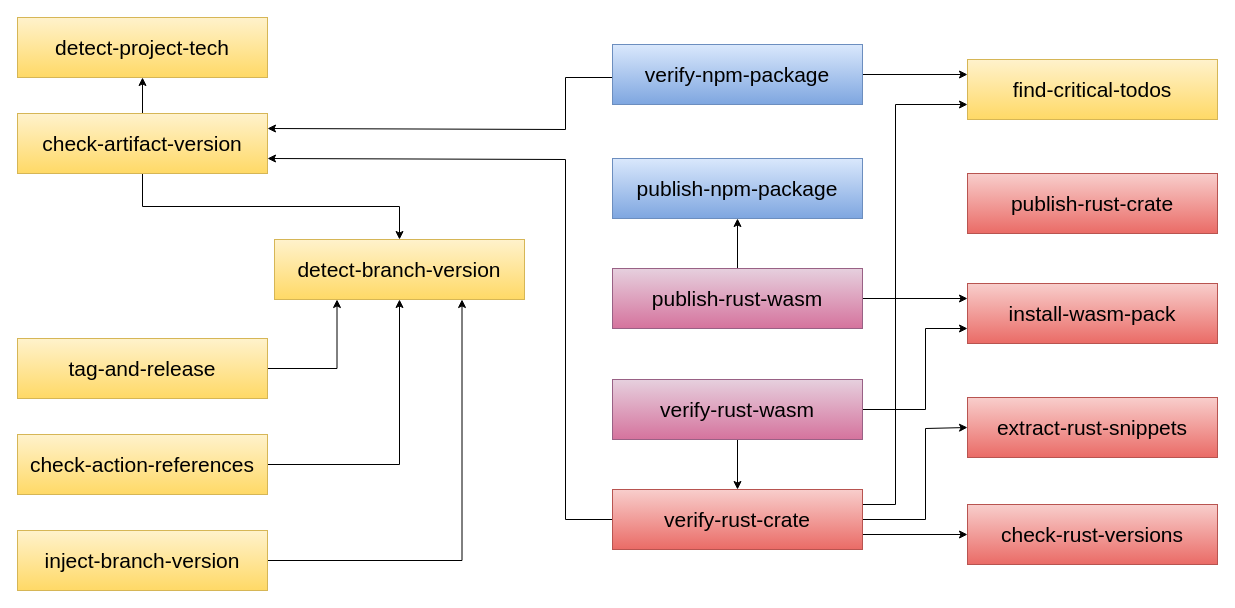
This is docs/schema.drawio from giancosta86/aurora-github, a draw.io file, before an edit. Source tidied: cells renumbered, new cells numbered last; positions are measured from the earlier drawing's top-left corner, leaving out a move shared by most shapes. Both pictures are drawn from the tidied source at 100%, with x=0, y=0 at pixel (17, 17).
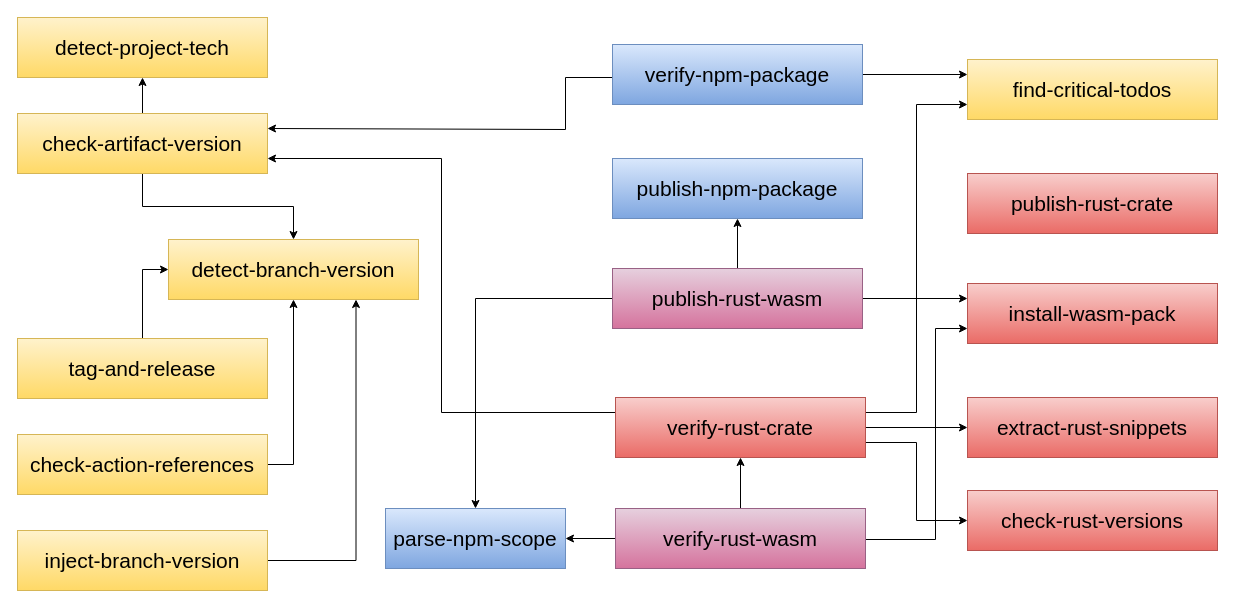
Above is the later version.

Commit message (it also covers changes not shown here):
Introduce parse-npm-scope (closes #9)

The change refers to these unchanged cells:
```xml
<mxCell id="3" value="&lt;font color=&quot;#000000&quot; style=&quot;font-size: 21px;&quot;&gt;install-wasm-pack&lt;/font&gt;" style="rounded=0;whiteSpace=wrap;html=1;fillColor=#f8cecc;gradientColor=#ea6b66;strokeColor=#b85450;fontSize=21;" parent="1" vertex="1">
  <mxGeometry x="950" y="266" width="250" height="60" as="geometry" />
</mxCell>
<mxCell id="8" value="&lt;font color=&quot;#000000&quot; style=&quot;font-size: 21px;&quot;&gt;check-artifact-version&lt;/font&gt;" style="rounded=0;whiteSpace=wrap;html=1;fillColor=#fff2cc;gradientColor=#ffd966;strokeColor=#d6b656;fontSize=21;" parent="1" vertex="1">
  <mxGeometry y="96" width="250" height="60" as="geometry" />
</mxCell>
<mxCell id="10" value="&lt;font color=&quot;#000000&quot; style=&quot;font-size: 21px;&quot;&gt;tag-and-release&lt;/font&gt;" style="rounded=0;whiteSpace=wrap;html=1;fillColor=#fff2cc;gradientColor=#ffd966;strokeColor=#d6b656;fontSize=21;" parent="1" vertex="1">
  <mxGeometry y="321" width="250" height="60" as="geometry" />
</mxCell>
<mxCell id="25" value="&lt;font color=&quot;#000000&quot; style=&quot;font-size: 21px;&quot;&gt;check-action-references&lt;/font&gt;" style="rounded=0;whiteSpace=wrap;html=1;fillColor=#fff2cc;strokeColor=#d6b656;fontSize=21;gradientColor=#ffd966;" parent="1" vertex="1">
  <mxGeometry y="417" width="250" height="60" as="geometry" />
</mxCell>
<mxCell id="28" value="&lt;font color=&quot;#000000&quot; style=&quot;font-size: 21px;&quot;&gt;publish-rust-wasm&lt;/font&gt;" style="rounded=0;whiteSpace=wrap;html=1;fillColor=#e6d0de;strokeColor=#996185;gradientColor=#d5739d;fontSize=21;" parent="1" vertex="1">
  <mxGeometry x="595" y="251" width="250" height="60" as="geometry" />
</mxCell>
<mxCell id="31" value="&lt;font color=&quot;#000000&quot; style=&quot;font-size: 21px;&quot;&gt;find-critical-todos&lt;/font&gt;" style="rounded=0;whiteSpace=wrap;html=1;fillColor=#fff2cc;gradientColor=#ffd966;strokeColor=#d6b656;fontSize=21;" parent="1" vertex="1">
  <mxGeometry x="950" y="42" width="250" height="60" as="geometry" />
</mxCell>
<mxCell id="32" value="&lt;font color=&quot;#000000&quot; style=&quot;font-size: 21px;&quot;&gt;extract-rust-snippets&lt;/font&gt;" style="rounded=0;whiteSpace=wrap;html=1;fillColor=#f8cecc;gradientColor=#ea6b66;strokeColor=#b85450;fontSize=21;" parent="1" vertex="1">
  <mxGeometry x="950" y="380" width="250" height="60" as="geometry" />
</mxCell>
```

Diff of the diagram source:
```diff
@@
     <mxCell id="4" value="&lt;font color=&quot;#000000&quot; style=&quot;font-size: 21px;&quot;&gt;check-rust-versions&lt;/font&gt;" style="rounded=0;whiteSpace=wrap;html=1;fillColor=#f8cecc;gradientColor=#ea6b66;strokeColor=#b85450;fontSize=21;" parent="1" vertex="1">
-      <mxGeometry x="950" y="487" width="250" height="60" as="geometry" />
+      <mxGeometry x="950" y="473" width="250" height="60" as="geometry" />
     </mxCell>
     <mxCell id="5" value="&lt;font color=&quot;#000000&quot; style=&quot;font-size: 21px;&quot;&gt;detect-branch-version&lt;/font&gt;" style="rounded=0;whiteSpace=wrap;html=1;fillColor=#fff2cc;gradientColor=#ffd966;strokeColor=#d6b656;fontSize=21;" parent="1" vertex="1">
-      <mxGeometry x="257" y="222" width="250" height="60" as="geometry" />
+      <mxGeometry x="151" y="222" width="250" height="60" as="geometry" />
     </mxCell>
@@
-    <mxCell id="9" style="edgeStyle=orthogonalEdgeStyle;rounded=0;jettySize=auto;html=1;entryX=0.25;entryY=1;entryDx=0;entryDy=0;" parent="1" edge="1" source="10" target="5">
+    <mxCell id="9" style="edgeStyle=orthogonalEdgeStyle;rounded=0;jettySize=auto;html=1;exitX=0.5;exitY=0;exitDx=0;exitDy=0;entryX=0;entryY=0.5;entryDx=0;entryDy=0;" parent="1" edge="1" source="10" target="5">
       <mxGeometry relative="1" as="geometry" />
     </mxCell>
@@
-    <mxCell id="11" style="edgeStyle=orthogonalEdgeStyle;rounded=0;jettySize=auto;html=1;entryX=1;entryY=0.75;entryDx=0;entryDy=0;fontSize=17;" parent="1" edge="1" source="15" target="8">
-      <mxGeometry relative="1" as="geometry">
-        <Array as="points">
-          <mxPoint x="548" y="502" />
-          <mxPoint x="548" y="142" />
-        </Array>
-      </mxGeometry>
+    <mxCell id="11" style="edgeStyle=orthogonalEdgeStyle;rounded=0;jettySize=auto;html=1;exitX=0;exitY=0.25;exitDx=0;exitDy=0;entryX=1;entryY=0.75;entryDx=0;entryDy=0;" parent="1" edge="1" source="15" target="8">
+      <mxGeometry relative="1" as="geometry" />
     </mxCell>
     <mxCell id="12" style="edgeStyle=orthogonalEdgeStyle;rounded=0;jettySize=auto;html=1;exitX=1;exitY=0.25;exitDx=0;exitDy=0;entryX=0;entryY=0.75;entryDx=0;entryDy=0;" parent="1" edge="1" source="15" target="31">
-      <mxGeometry relative="1" as="geometry">
-        <Array as="points">
-          <mxPoint x="878" y="487" />
-          <mxPoint x="878" y="87" />
-        </Array>
-      </mxGeometry>
+      <mxGeometry relative="1" as="geometry" />
     </mxCell>
+    <mxCell id="14" style="edgeStyle=orthogonalEdgeStyle;rounded=0;jettySize=auto;html=1;exitX=1;exitY=0.5;exitDx=0;exitDy=0;entryX=0;entryY=0.5;entryDx=0;entryDy=0;" parent="1" edge="1" source="15" target="32">
+      <mxGeometry relative="1" as="geometry" />
+    </mxCell>
@@
-    <mxCell id="14" style="edgeStyle=orthogonalEdgeStyle;rounded=0;jettySize=auto;html=1;exitX=1;exitY=0.5;exitDx=0;exitDy=0;entryX=0;entryY=0.5;entryDx=0;entryDy=0;" parent="1" edge="1" source="15" target="32">
-      <mxGeometry relative="1" as="geometry">
-        <Array as="points">
-          <mxPoint x="908" y="502" />
-          <mxPoint x="908" y="411" />
-        </Array>
-      </mxGeometry>
-    </mxCell>
     <mxCell id="15" value="&lt;span style=&quot;color: rgb(0, 0, 0);&quot;&gt;verify&lt;/span&gt;&lt;font color=&quot;#000000&quot; style=&quot;font-size: 21px;&quot;&gt;-rust-crate&lt;/font&gt;" style="rounded=0;whiteSpace=wrap;html=1;fillColor=#f8cecc;gradientColor=#ea6b66;strokeColor=#b85450;fontSize=21;" parent="1" vertex="1">
-      <mxGeometry x="595" y="472" width="250" height="60" as="geometry" />
+      <mxGeometry x="598" y="380" width="250" height="60" as="geometry" />
     </mxCell>
@@
-    <mxCell id="21" style="edgeStyle=orthogonalEdgeStyle;rounded=0;jettySize=auto;html=1;exitX=0.5;exitY=1;exitDx=0;exitDy=0;entryX=0.5;entryY=0;entryDx=0;entryDy=0;fontSize=17;" parent="1" edge="1" source="23" target="15">
+    <mxCell id="21" style="edgeStyle=orthogonalEdgeStyle;rounded=0;jettySize=auto;html=1;exitX=0.5;exitY=0;exitDx=0;exitDy=0;entryX=0.5;entryY=1;entryDx=0;entryDy=0;" parent="1" edge="1" source="23" target="15">
       <mxGeometry relative="1" as="geometry" />
     </mxCell>
+    <mxCell id="33" style="edgeStyle=orthogonalEdgeStyle;rounded=0;jettySize=auto;html=1;exitX=0;exitY=0.5;exitDx=0;exitDy=0;entryX=1;entryY=0.5;entryDx=0;entryDy=0;" parent="1" edge="1" source="23" target="35">
+      <mxGeometry relative="1" as="geometry" />
+    </mxCell>
     <mxCell id="22" style="edgeStyle=orthogonalEdgeStyle;rounded=0;jettySize=auto;html=1;exitX=1;exitY=0.5;exitDx=0;exitDy=0;entryX=0;entryY=0.75;entryDx=0;entryDy=0;" parent="1" edge="1" source="23" target="3">
       <mxGeometry relative="1" as="geometry">
         <Array as="points">
-          <mxPoint x="908" y="392" />
-          <mxPoint x="908" y="311" />
+          <mxPoint x="918" y="522" />
+          <mxPoint x="918" y="311" />
         </Array>
       </mxGeometry>
     </mxCell>
     <mxCell id="23" value="&lt;font color=&quot;#000000&quot; style=&quot;font-size: 21px;&quot;&gt;verify-rust-wasm&lt;/font&gt;" style="rounded=0;whiteSpace=wrap;html=1;fillColor=#e6d0de;strokeColor=#996185;gradientColor=#d5739d;fontSize=21;" parent="1" vertex="1">
-      <mxGeometry x="595" y="362" width="250" height="60" as="geometry" />
+      <mxGeometry x="598" y="491" width="250" height="60" as="geometry" />
     </mxCell>
-    <mxCell id="24" style="edgeStyle=orthogonalEdgeStyle;rounded=0;jettySize=auto;html=1;entryX=0.5;entryY=1;entryDx=0;entryDy=0;" parent="1" edge="1" source="25" target="5">
+    <mxCell id="24" style="edgeStyle=orthogonalEdgeStyle;rounded=0;jettySize=auto;html=1;exitX=1;exitY=0.5;exitDx=0;exitDy=0;entryX=0.5;entryY=1;entryDx=0;entryDy=0;" parent="1" edge="1" source="25" target="5">
       <mxGeometry relative="1" as="geometry" />
     </mxCell>
@@
+    <mxCell id="34" style="edgeStyle=orthogonalEdgeStyle;rounded=0;jettySize=auto;html=1;exitX=0;exitY=0.5;exitDx=0;exitDy=0;entryX=0.5;entryY=0;entryDx=0;entryDy=0;" parent="1" edge="1" source="28" target="35">
+      <mxGeometry relative="1" as="geometry" />
+    </mxCell>
@@
+    <mxCell id="35" value="&lt;font color=&quot;#000000&quot; style=&quot;font-size: 21px;&quot;&gt;parse-npm-scope&lt;/font&gt;" style="rounded=0;whiteSpace=wrap;html=1;fillColor=#dae8fc;gradientColor=#7ea6e0;strokeColor=#6c8ebf;fontSize=21;" parent="1" vertex="1">
+      <mxGeometry x="368" y="491" width="180" height="60" as="geometry" />
+    </mxCell>
```
